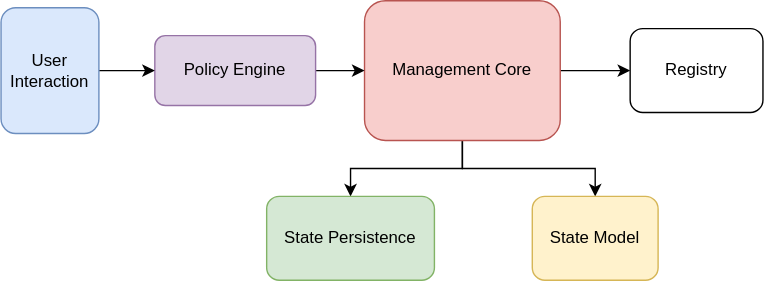
Before: images/permission-components.svg, a diagram exported from draw.io (alberto-lazari/masters-thesis). Source tidied: cells renumbered, new cells last; positions are measured from the earlier drawing's top-left corner, leaving out a move shared by most shapes.
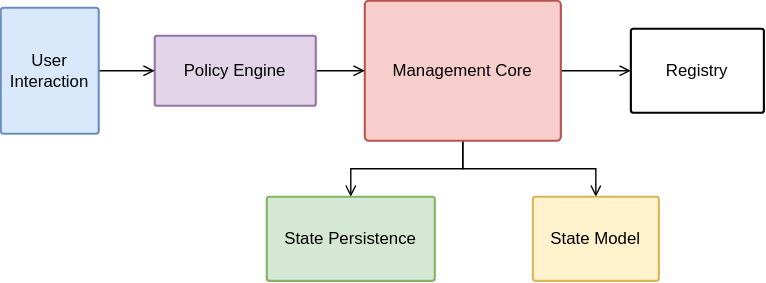
Above is the later version.

Commit message:
State model component

Change to the diagram source:
```diff
@@ -2,37 +2,37 @@
   <root>
     <mxCell id="0" />
     <mxCell id="1" parent="0" />
-    <mxCell id="2" style="edgeStyle=orthogonalEdgeStyle;rounded=0;jettySize=auto;html=1;entryX=0;entryY=0.5;entryDx=0;entryDy=0;" parent="1" edge="1" source="5" target="12">
+    <mxCell id="2" style="edgeStyle=orthogonalEdgeStyle;rounded=0;jettySize=auto;html=1;entryX=0;entryY=0.5;entryDx=0;entryDy=0;strokeWidth=1;backgroundOutline=0;fixDash=0;arcSize=3;endArrow=open;endFill=0;" parent="1" edge="1" source="5" target="12">
       <mxGeometry relative="1" as="geometry" />
     </mxCell>
-    <mxCell id="3" style="edgeStyle=orthogonalEdgeStyle;rounded=0;jettySize=auto;html=1;exitX=0.5;exitY=1;exitDx=0;exitDy=0;entryX=0.5;entryY=0;entryDx=0;entryDy=0;" parent="1" edge="1" source="5" target="6">
+    <mxCell id="3" style="edgeStyle=orthogonalEdgeStyle;rounded=0;jettySize=auto;html=1;exitX=0.5;exitY=1;exitDx=0;exitDy=0;entryX=0.5;entryY=0;entryDx=0;entryDy=0;strokeWidth=1;backgroundOutline=0;fixDash=0;arcSize=3;endArrow=open;endFill=0;" parent="1" edge="1" source="5" target="6">
       <mxGeometry relative="1" as="geometry" />
     </mxCell>
-    <mxCell id="4" style="edgeStyle=orthogonalEdgeStyle;rounded=0;jettySize=auto;html=1;entryX=0.5;entryY=0;entryDx=0;entryDy=0;" parent="1" edge="1" source="5" target="7">
+    <mxCell id="4" style="edgeStyle=orthogonalEdgeStyle;rounded=0;jettySize=auto;html=1;entryX=0.5;entryY=0;entryDx=0;entryDy=0;strokeWidth=1;backgroundOutline=0;fixDash=0;arcSize=3;endArrow=open;endFill=0;" parent="1" edge="1" source="5" target="7">
       <mxGeometry relative="1" as="geometry" />
     </mxCell>
-    <mxCell id="5" value="Management Core" style="rounded=1;whiteSpace=wrap;html=1;fillColor=#f8cecc;strokeColor=#b85450;" parent="1" vertex="1">
+    <mxCell id="5" value="Management Core" style="rounded=1;whiteSpace=wrap;html=1;fillColor=#f8cecc;strokeColor=#b85450;strokeWidth=1.5;backgroundOutline=0;fixDash=0;arcSize=3;" parent="1" vertex="1">
       <mxGeometry x="260" width="140" height="100" as="geometry" />
     </mxCell>
-    <mxCell id="6" value="State Model" style="rounded=1;whiteSpace=wrap;html=1;fillColor=#fff2cc;strokeColor=#d6b656;" parent="1" vertex="1">
+    <mxCell id="6" value="State Model" style="rounded=1;whiteSpace=wrap;html=1;fillColor=#fff2cc;strokeColor=#d6b656;strokeWidth=1.5;backgroundOutline=0;fixDash=0;arcSize=3;" parent="1" vertex="1">
       <mxGeometry x="380" y="140" width="90" height="60" as="geometry" />
     </mxCell>
-    <mxCell id="7" value="State Persistence" style="rounded=1;whiteSpace=wrap;html=1;fillColor=#d5e8d4;strokeColor=#82b366;" parent="1" vertex="1">
+    <mxCell id="7" value="State Persistence" style="rounded=1;whiteSpace=wrap;html=1;fillColor=#d5e8d4;strokeColor=#82b366;strokeWidth=1.5;backgroundOutline=0;fixDash=0;arcSize=3;" parent="1" vertex="1">
       <mxGeometry x="190" y="140" width="120" height="60" as="geometry" />
     </mxCell>
-    <mxCell id="8" style="edgeStyle=orthogonalEdgeStyle;rounded=0;jettySize=auto;html=1;entryX=0;entryY=0.5;entryDx=0;entryDy=0;" parent="1" edge="1" source="9" target="5">
+    <mxCell id="8" style="edgeStyle=orthogonalEdgeStyle;rounded=0;jettySize=auto;html=1;entryX=0;entryY=0.5;entryDx=0;entryDy=0;strokeWidth=1;backgroundOutline=0;fixDash=0;arcSize=3;endArrow=open;endFill=0;" parent="1" edge="1" source="9" target="5">
       <mxGeometry relative="1" as="geometry" />
     </mxCell>
-    <mxCell id="9" value="Policy Engine" style="rounded=1;whiteSpace=wrap;html=1;fillColor=#e1d5e7;strokeColor=#9673a6;" parent="1" vertex="1">
+    <mxCell id="9" value="Policy Engine" style="rounded=1;whiteSpace=wrap;html=1;fillColor=#e1d5e7;strokeColor=#9673a6;strokeWidth=1.5;backgroundOutline=0;fixDash=0;arcSize=3;" parent="1" vertex="1">
       <mxGeometry x="110" y="25" width="115" height="50" as="geometry" />
     </mxCell>
-    <mxCell id="10" style="edgeStyle=orthogonalEdgeStyle;rounded=0;jettySize=auto;html=1;entryX=0;entryY=0.5;entryDx=0;entryDy=0;" parent="1" edge="1" source="11" target="9">
+    <mxCell id="10" style="edgeStyle=orthogonalEdgeStyle;rounded=0;jettySize=auto;html=1;entryX=0;entryY=0.5;entryDx=0;entryDy=0;strokeWidth=1;backgroundOutline=0;fixDash=0;arcSize=3;endArrow=open;endFill=0;" parent="1" edge="1" source="11" target="9">
       <mxGeometry relative="1" as="geometry" />
     </mxCell>
-    <mxCell id="11" value="User Interaction" style="rounded=1;whiteSpace=wrap;html=1;fillColor=#dae8fc;strokeColor=#6c8ebf;" parent="1" vertex="1">
+    <mxCell id="11" value="User Interaction" style="rounded=1;whiteSpace=wrap;html=1;fillColor=#dae8fc;strokeColor=#6c8ebf;strokeWidth=1.5;backgroundOutline=0;fixDash=0;arcSize=3;" parent="1" vertex="1">
       <mxGeometry y="5" width="70" height="90" as="geometry" />
     </mxCell>
-    <mxCell id="12" value="Registry" style="rounded=1;whiteSpace=wrap;html=1;" parent="1" vertex="1">
+    <mxCell id="12" value="Registry" style="rounded=1;whiteSpace=wrap;html=1;strokeWidth=1.5;backgroundOutline=0;fixDash=0;arcSize=3;" parent="1" vertex="1">
       <mxGeometry x="450" y="20" width="95" height="60" as="geometry" />
     </mxCell>
   </root>
```
